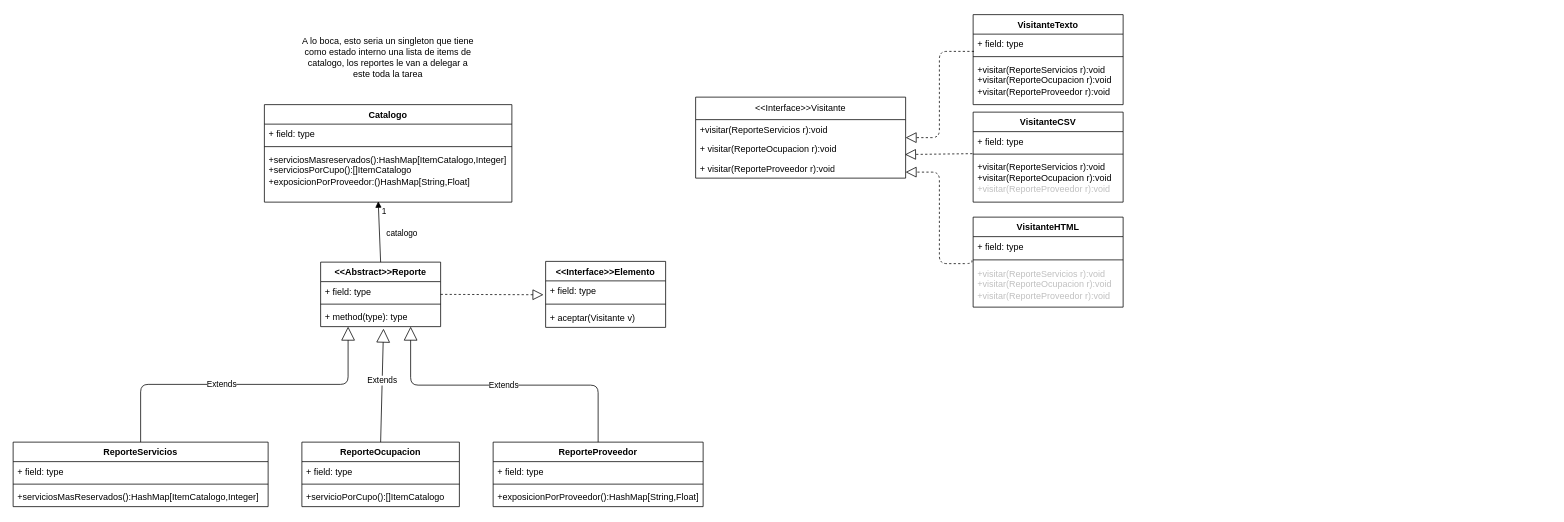
Above: UML/2.8 Reportes.drawio in MartinianoOliveto/po2-integrador (draw.io), before the change. Source tidied: cells renumbered, new cells numbered last; positions are measured from the earlier drawing's top-left corner, leaving out a move shared by most shapes. Both pictures are drawn from the tidied source at 75%, with x=0, y=0 at pixel (13, 14).
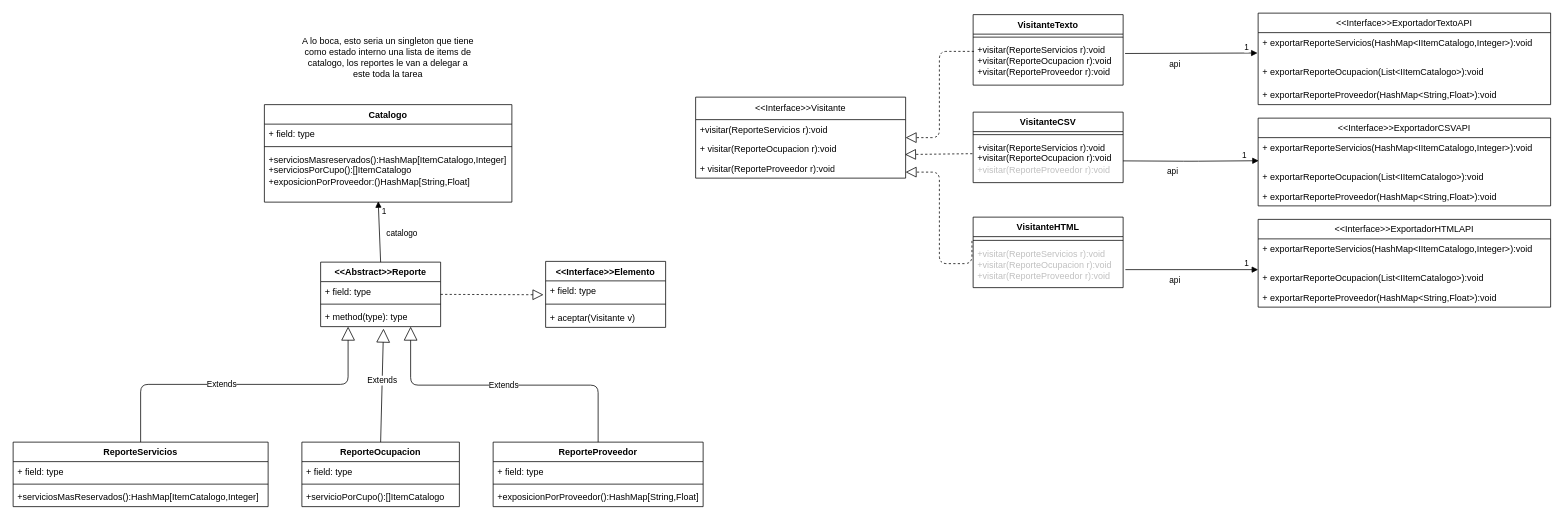
After the change.

Commit message:
UML con las apis

Unchanged cells that the change refers to:
```xml
<mxCell id="33" value="&amp;lt;&amp;lt;Interface&amp;gt;&amp;gt;Visitante" style="swimlane;fontStyle=0;horizontal=1;startSize=30;fillColor=none;whiteSpace=wrap;html=1;" parent="1" vertex="1">
  <mxGeometry x="910" y="110" width="280" height="108" as="geometry" />
</mxCell>
<mxCell id="35" value="+ visitar(ReporteOcupacion r):void" style="text;strokeColor=none;fillColor=none;align=left;verticalAlign=top;spacingLeft=4;spacingRight=4;overflow=hidden;points=[[0,0.5],[1,0.5]];portConstraint=eastwest;whiteSpace=wrap;html=1;" parent="33" vertex="1">
  <mxGeometry y="56" width="280" height="26" as="geometry" />
</mxCell>
```

What changed in the source:
```diff
@@
     <mxCell id="37" value="VisitanteTexto" style="swimlane;fontStyle=1;align=center;verticalAlign=top;horizontal=1;startSize=26;whiteSpace=wrap;html=1;" parent="1" vertex="1">
-      <mxGeometry x="1280" width="200" height="120" as="geometry" />
+      <mxGeometry x="1280" width="200" height="94" as="geometry" />
     </mxCell>
-    <mxCell id="38" value="+ field: type" style="text;strokeColor=none;fillColor=none;align=left;verticalAlign=top;spacingLeft=4;spacingRight=4;overflow=hidden;points=[[0,0.5],[1,0.5]];portConstraint=eastwest;whiteSpace=wrap;html=1;" parent="37" vertex="1">
-      <mxGeometry y="26" width="200" height="26" as="geometry" />
-    </mxCell>
     <mxCell id="39" style="line;strokeWidth=1;fillColor=none;align=left;verticalAlign=middle;spacingTop=-1;spacingLeft=3;spacingRight=3;labelPosition=right;strokeColor=inherit;labelPerimeter=1;" parent="37" vertex="1">
-      <mxGeometry y="52" width="200" height="8" as="geometry" />
+      <mxGeometry y="26" width="200" height="8" as="geometry" />
     </mxCell>
     <mxCell id="40" value="+visitar(ReporteServicios r):void&lt;div&gt;+visitar(ReporteOcupacion r):void&lt;/div&gt;&lt;div&gt;+visitar(ReporteProveedor r):void&lt;/div&gt;" style="text;strokeColor=none;fillColor=none;align=left;verticalAlign=top;spacingLeft=4;spacingRight=4;overflow=hidden;points=[[0,0.5],[1,0.5]];portConstraint=eastwest;whiteSpace=wrap;html=1;" parent="37" vertex="1">
-      <mxGeometry y="60" width="200" height="60" as="geometry" />
+      <mxGeometry y="34" width="200" height="60" as="geometry" />
     </mxCell>
     <mxCell id="41" value="VisitanteCSV" style="swimlane;fontStyle=1;align=center;verticalAlign=top;horizontal=1;startSize=26;whiteSpace=wrap;html=1;" parent="1" vertex="1">
-      <mxGeometry x="1280" y="130" width="200" height="120" as="geometry" />
+      <mxGeometry x="1280" y="130" width="200" height="94" as="geometry" />
     </mxCell>
-    <mxCell id="42" value="+ field: type" style="text;strokeColor=none;fillColor=none;align=left;verticalAlign=top;spacingLeft=4;spacingRight=4;overflow=hidden;points=[[0,0.5],[1,0.5]];portConstraint=eastwest;whiteSpace=wrap;html=1;" parent="41" vertex="1">
-      <mxGeometry y="26" width="200" height="26" as="geometry" />
-    </mxCell>
     <mxCell id="43" style="line;strokeWidth=1;fillColor=none;align=left;verticalAlign=middle;spacingTop=-1;spacingLeft=3;spacingRight=3;labelPosition=right;strokeColor=inherit;labelPerimeter=1;" parent="41" vertex="1">
-      <mxGeometry y="52" width="200" height="8" as="geometry" />
+      <mxGeometry y="26" width="200" height="8" as="geometry" />
     </mxCell>
     <mxCell id="44" value="&lt;div&gt;&lt;span style=&quot;background-color: transparent;&quot;&gt;+visitar(ReporteServicios r):void&lt;/span&gt;&lt;/div&gt;&lt;span style=&quot;background-color: transparent;&quot;&gt;+visitar(ReporteOcupacion r):void&lt;/span&gt;&lt;div style=&quot;color: rgb(192, 192, 192); scrollbar-color: rgba(121, 121, 121, 0.4) rgb(40, 42, 54);&quot;&gt;+visitar(ReporteProveedor r):void&lt;/div&gt;" style="text;strokeColor=none;fillColor=none;align=left;verticalAlign=top;spacingLeft=4;spacingRight=4;overflow=hidden;whiteSpace=wrap;html=1;" parent="41" vertex="1">
-      <mxGeometry y="60" width="200" height="60" as="geometry" />
+      <mxGeometry y="34" width="200" height="60" as="geometry" />
     </mxCell>
     <mxCell id="45" value="VisitanteHTML" style="swimlane;fontStyle=1;align=center;verticalAlign=top;horizontal=1;startSize=26;whiteSpace=wrap;html=1;" parent="1" vertex="1">
-      <mxGeometry x="1280" y="270" width="200" height="120" as="geometry" />
+      <mxGeometry x="1280" y="270" width="200" height="94" as="geometry" />
     </mxCell>
-    <mxCell id="46" value="+ field: type" style="text;strokeColor=none;fillColor=none;align=left;verticalAlign=top;spacingLeft=4;spacingRight=4;overflow=hidden;whiteSpace=wrap;html=1;" parent="45" vertex="1">
-      <mxGeometry y="26" width="200" height="26" as="geometry" />
-    </mxCell>
     <mxCell id="47" style="line;strokeWidth=1;fillColor=none;align=left;verticalAlign=middle;spacingTop=-1;spacingLeft=3;spacingRight=3;labelPosition=right;strokeColor=inherit;labelPerimeter=1;" parent="45" vertex="1">
-      <mxGeometry y="52" width="200" height="10" as="geometry" />
+      <mxGeometry y="26" width="200" height="10" as="geometry" />
     </mxCell>
     <mxCell id="48" value="&lt;div style=&quot;color: rgb(192, 192, 192); scrollbar-color: rgba(121, 121, 121, 0.4) rgb(40, 42, 54);&quot;&gt;&lt;span style=&quot;color: rgb(192, 192, 192); scrollbar-color: rgba(121, 121, 121, 0.4) rgb(40, 42, 54); background-color: transparent;&quot;&gt;+visitar(ReporteServicios r):void&lt;/span&gt;&lt;/div&gt;&lt;span style=&quot;color: rgb(192, 192, 192); scrollbar-color: rgba(121, 121, 121, 0.4) rgb(40, 42, 54); background-color: transparent;&quot;&gt;+visitar(ReporteOcupacion r):void&lt;/span&gt;&lt;div style=&quot;scrollbar-color: rgba(121, 121, 121, 0.4) rgb(40, 42, 54); color: rgb(192, 192, 192);&quot;&gt;+visitar(ReporteProveedor r):void&lt;/div&gt;" style="text;strokeColor=none;fillColor=none;align=left;verticalAlign=top;spacingLeft=4;spacingRight=4;overflow=hidden;points=[[0,0.5],[1,0.5]];portConstraint=eastwest;whiteSpace=wrap;html=1;" parent="45" vertex="1">
-      <mxGeometry y="62" width="200" height="58" as="geometry" />
+      <mxGeometry y="36" width="200" height="58" as="geometry" />
     </mxCell>
-    <mxCell id="49" style="endArrow=block;dashed=1;endFill=0;endSize=12;html=1;exitX=0.006;exitY=0.885;exitDx=0;exitDy=0;exitPerimeter=0;entryX=1;entryY=0.5;entryDx=0;entryDy=0;edgeStyle=orthogonalEdgeStyle;libavoidRouting=1;" parent="1" edge="1" source="38" target="33">
+    <mxCell id="49" style="endArrow=block;dashed=1;endFill=0;endSize=12;html=1;exitX=0.006;exitY=0.885;exitDx=0;exitDy=0;exitPerimeter=0;entryX=1;entryY=0.5;entryDx=0;entryDy=0;edgeStyle=orthogonalEdgeStyle;libavoidRouting=1;" parent="1" edge="1" target="33">
       <mxGeometry relative="1" as="geometry">
+        <mxPoint x="1281.2" y="49" as="sourcePoint" />
         <Array as="points">
           <mxPoint x="1235" y="49" />
           <mxPoint x="1235" y="164" />
         </Array>
       </mxGeometry>
     </mxCell>
-    <mxCell id="50" style="endArrow=block;dashed=1;endFill=0;endSize=12;html=1;exitX=-0.005;exitY=1.13;exitDx=0;exitDy=0;exitPerimeter=0;entryX=0.997;entryY=0.79;entryDx=0;entryDy=0;entryPerimeter=0;" parent="1" edge="1" source="42" target="35">
-      <mxGeometry relative="1" as="geometry" />
+    <mxCell id="50" style="endArrow=block;dashed=1;endFill=0;endSize=12;html=1;exitX=-0.005;exitY=1.13;exitDx=0;exitDy=0;exitPerimeter=0;entryX=0.997;entryY=0.79;entryDx=0;entryDy=0;entryPerimeter=0;" parent="1" edge="1" target="35">
+      <mxGeometry relative="1" as="geometry">
+        <mxPoint x="1279" y="185.4" as="sourcePoint" />
+      </mxGeometry>
     </mxCell>
@@
+    <mxCell id="52" value="&amp;lt;&amp;lt;Interface&amp;gt;&amp;gt;ExportadorCSVAPI" style="swimlane;fontStyle=0;horizontal=1;startSize=26;fillColor=none;whiteSpace=wrap;html=1;" parent="1" vertex="1">
+      <mxGeometry x="1660" y="138" width="390" height="117" as="geometry" />
+    </mxCell>
+    <mxCell id="53" value="+ exportarReporteServicios(HashMap&amp;lt;IItemCatalogo,Integer&amp;gt;):void" style="text;strokeColor=none;fillColor=none;align=left;verticalAlign=top;spacingLeft=4;spacingRight=4;overflow=hidden;points=[[0,0.5],[1,0.5]];portConstraint=eastwest;whiteSpace=wrap;html=1;" parent="52" vertex="1">
+      <mxGeometry y="26" width="390" height="39" as="geometry" />
+    </mxCell>
+    <mxCell id="54" value="+ exportarReporteOcupacion(List&amp;lt;IItemCatalogo&amp;gt;):void" style="text;strokeColor=none;fillColor=none;align=left;verticalAlign=top;spacingLeft=4;spacingRight=4;overflow=hidden;whiteSpace=wrap;html=1;" parent="52" vertex="1">
+      <mxGeometry y="65" width="390" height="26" as="geometry" />
+    </mxCell>
+    <mxCell id="55" value="+ exportarReporteProveedor(HashMap&amp;lt;String,Float&amp;gt;):void" style="text;strokeColor=none;fillColor=none;align=left;verticalAlign=top;spacingLeft=4;spacingRight=4;overflow=hidden;whiteSpace=wrap;html=1;" parent="52" vertex="1">
+      <mxGeometry y="91" width="390" height="26" as="geometry" />
+    </mxCell>
+    <mxCell id="56" value="&amp;lt;&amp;lt;Interface&amp;gt;&amp;gt;ExportadorHTMLAPI" style="swimlane;fontStyle=0;horizontal=1;startSize=26;fillColor=none;whiteSpace=wrap;html=1;" parent="1" vertex="1">
+      <mxGeometry x="1660" y="273" width="390" height="117" as="geometry" />
+    </mxCell>
+    <mxCell id="57" value="+ exportarReporteServicios(HashMap&amp;lt;IItemCatalogo,Integer&amp;gt;):void" style="text;strokeColor=none;fillColor=none;align=left;verticalAlign=top;spacingLeft=4;spacingRight=4;overflow=hidden;whiteSpace=wrap;html=1;" parent="56" vertex="1">
+      <mxGeometry y="26" width="390" height="39" as="geometry" />
+    </mxCell>
+    <mxCell id="58" value="+ exportarReporteOcupacion(List&amp;lt;IItemCatalogo&amp;gt;):void" style="text;strokeColor=none;fillColor=none;align=left;verticalAlign=top;spacingLeft=4;spacingRight=4;overflow=hidden;whiteSpace=wrap;html=1;" parent="56" vertex="1">
+      <mxGeometry y="65" width="390" height="26" as="geometry" />
+    </mxCell>
+    <mxCell id="59" value="+ exportarReporteProveedor(HashMap&amp;lt;String,Float&amp;gt;):void" style="text;strokeColor=none;fillColor=none;align=left;verticalAlign=top;spacingLeft=4;spacingRight=4;overflow=hidden;whiteSpace=wrap;html=1;" parent="56" vertex="1">
+      <mxGeometry y="91" width="390" height="26" as="geometry" />
+    </mxCell>
+    <mxCell id="60" value="&amp;lt;&amp;lt;Interface&amp;gt;&amp;gt;ExportadorTextoAPI" style="swimlane;fontStyle=0;horizontal=1;startSize=26;fillColor=none;whiteSpace=wrap;html=1;" parent="1" vertex="1">
+      <mxGeometry x="1660" y="-2" width="390" height="122" as="geometry" />
+    </mxCell>
+    <mxCell id="61" value="+ exportarReporteServicios(HashMap&amp;lt;IItemCatalogo,Integer&amp;gt;):void" style="text;strokeColor=none;fillColor=none;align=left;verticalAlign=top;spacingLeft=4;spacingRight=4;overflow=hidden;points=[[0,0.5],[1,0.5]];portConstraint=eastwest;whiteSpace=wrap;html=1;" parent="60" vertex="1">
+      <mxGeometry y="26" width="390" height="39" as="geometry" />
+    </mxCell>
+    <mxCell id="62" value="+ exportarReporteOcupacion(List&amp;lt;IItemCatalogo&amp;gt;):void" style="text;strokeColor=none;fillColor=none;align=left;verticalAlign=top;spacingLeft=4;spacingRight=4;overflow=hidden;whiteSpace=wrap;html=1;" parent="60" vertex="1">
+      <mxGeometry y="65" width="390" height="31" as="geometry" />
+    </mxCell>
+    <mxCell id="63" value="+ exportarReporteProveedor(HashMap&amp;lt;String,Float&amp;gt;):void" style="text;strokeColor=none;fillColor=none;align=left;verticalAlign=top;spacingLeft=4;spacingRight=4;overflow=hidden;whiteSpace=wrap;html=1;" parent="60" vertex="1">
+      <mxGeometry y="96" width="390" height="26" as="geometry" />
+    </mxCell>
+    <mxCell id="64" value="api" style="endArrow=block;endFill=1;html=1;align=left;verticalAlign=top;exitX=1.013;exitY=0.297;exitDx=0;exitDy=0;exitPerimeter=0;entryX=-0.002;entryY=0.697;entryDx=0;entryDy=0;entryPerimeter=0;" parent="1" edge="1" source="40" target="61">
+      <mxGeometry x="-0.36" y="-1" relative="1" as="geometry" />
+    </mxCell>
+    <mxCell id="65" value="1" style="edgeLabel;html=1;align=left;verticalAlign=bottom;inheritText=1;" parent="64" vertex="1">
+      <mxGeometry x="-1" relative="1" as="geometry">
+        <mxPoint x="157" as="offset" />
+      </mxGeometry>
+    </mxCell>
+    <mxCell id="66" value="api" style="endArrow=block;endFill=1;html=1;edgeStyle=orthogonalEdgeStyle;align=left;verticalAlign=top;exitX=1.013;exitY=0.297;exitDx=0;exitDy=0;exitPerimeter=0;entryX=0.002;entryY=0.79;entryDx=0;entryDy=0;entryPerimeter=0;" parent="1" edge="1" target="53">
+      <mxGeometry x="-0.37" y="-1" relative="1" as="geometry">
+        <mxPoint x="1480" y="195" as="sourcePoint" />
+      </mxGeometry>
+    </mxCell>
+    <mxCell id="67" value="1" style="edgeLabel;html=1;align=left;verticalAlign=bottom;inheritText=1;" parent="66" vertex="1">
+      <mxGeometry x="-1" relative="1" as="geometry">
+        <mxPoint x="157" as="offset" />
+      </mxGeometry>
+    </mxCell>
+    <mxCell id="68" value="api" style="endArrow=block;endFill=1;html=1;edgeStyle=orthogonalEdgeStyle;align=left;verticalAlign=top;exitX=1.013;exitY=0.297;exitDx=0;exitDy=0;exitPerimeter=0;entryX=0;entryY=0.5;entryDx=0;entryDy=0;" parent="1" edge="1">
+      <mxGeometry x="-0.36" y="-1" relative="1" as="geometry">
+        <mxPoint x="1483" y="340" as="sourcePoint" />
+        <mxPoint x="1660" y="340" as="targetPoint" />
+      </mxGeometry>
+    </mxCell>
+    <mxCell id="69" value="1" style="edgeLabel;html=1;align=left;verticalAlign=bottom;inheritText=1;" parent="68" vertex="1">
+      <mxGeometry x="-1" relative="1" as="geometry">
+        <mxPoint x="157" as="offset" />
+      </mxGeometry>
+    </mxCell>
```
